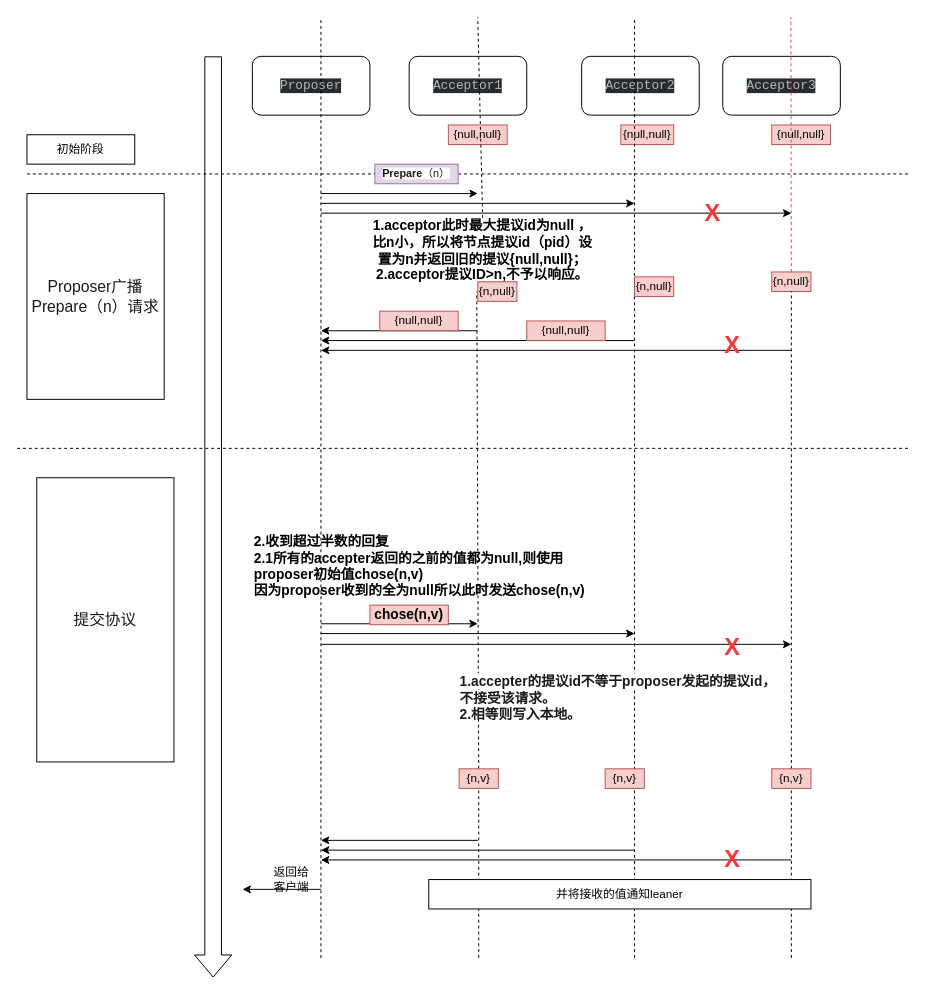
852438143/drawIo keeps this draw.io diagram as paxos案例一解析.drawio. Above is the earlier version. Source tidied: cells renumbered, new cells numbered last; positions are measured from the earlier drawing's top-left corner, leaving out a move shared by most shapes. Both pictures are drawn from the tidied source at 98%, with x=0, y=0 at pixel (17, 17).
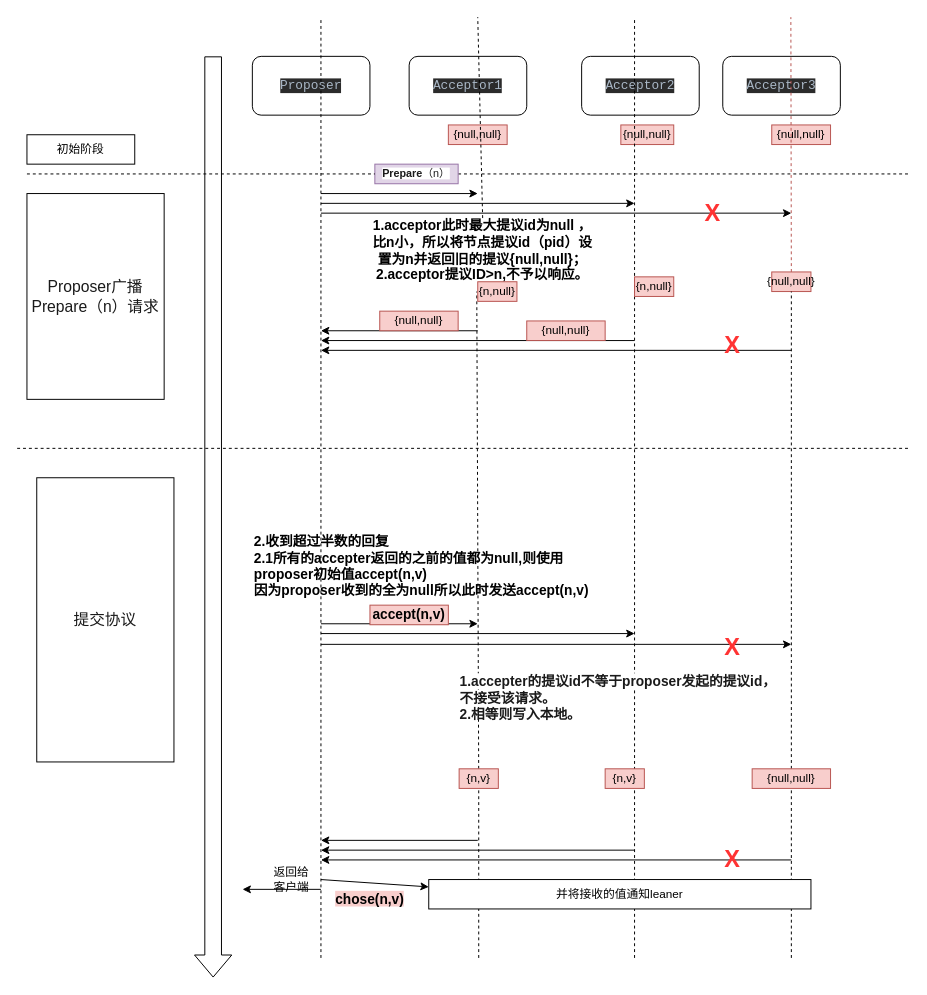
Above is the later version.

Commit message:
Update paxos案例一解析.drawio

The edit, as a diff of the source:
```diff
@@
-    <mxCell id="24" value="{n,null}" style="text;html=1;strokeColor=#b85450;fillColor=#f8cecc;align=center;verticalAlign=middle;whiteSpace=wrap;rounded=0;" parent="1" vertex="1">
+    <mxCell id="24" value="{null,null}" style="text;html=1;strokeColor=#b85450;fillColor=#f8cecc;align=center;verticalAlign=middle;whiteSpace=wrap;rounded=0;" parent="1" vertex="1">
       <mxGeometry x="770" y="260" width="40" height="20" as="geometry" />
     </mxCell>
@@
-    <mxCell id="35" value="&lt;b&gt;&lt;font style=&quot;font-size: 14px&quot;&gt;2.收到超过半数的回复&lt;/font&gt;&lt;/b&gt;&lt;br&gt;&lt;b&gt;&lt;font style=&quot;font-size: 14px&quot;&gt;&lt;div&gt;&lt;b style=&quot;font-size: 12px&quot;&gt;&lt;font style=&quot;font-size: 14px&quot;&gt;2.1所有的accepter返回的之前的值都为null,则使用proposer初始值chose(n,v)&lt;/font&gt;&lt;/b&gt;&lt;/div&gt;&lt;div&gt;因为proposer收到的全为null所以此时发送chose(n,v)&lt;/div&gt;&lt;/font&gt;&lt;/b&gt;" style="text;html=1;strokeColor=none;fillColor=none;align=left;verticalAlign=middle;whiteSpace=wrap;rounded=0;" parent="1" vertex="1">
+    <mxCell id="35" value="&lt;b&gt;&lt;font style=&quot;font-size: 14px&quot;&gt;2.收到超过半数的回复&lt;/font&gt;&lt;/b&gt;&lt;br&gt;&lt;b&gt;&lt;font style=&quot;font-size: 14px&quot;&gt;&lt;div&gt;&lt;b style=&quot;font-size: 12px&quot;&gt;&lt;font style=&quot;font-size: 14px&quot;&gt;2.1所有的accepter返回的之前的值都为null,则使用proposer初始值&lt;/font&gt;&lt;/b&gt;&lt;b style=&quot;font-size: 12px&quot;&gt;&lt;font style=&quot;font-size: 14px&quot;&gt;accept&lt;/font&gt;&lt;/b&gt;&lt;b style=&quot;font-size: 12px&quot;&gt;&lt;font style=&quot;font-size: 14px&quot;&gt;(n,v)&lt;/font&gt;&lt;/b&gt;&lt;/div&gt;&lt;div&gt;因为proposer收到的全为null所以此时发送&lt;b style=&quot;font-size: 12px&quot;&gt;&lt;font style=&quot;font-size: 14px&quot;&gt;accept&lt;/font&gt;&lt;/b&gt;(n,v)&lt;/div&gt;&lt;/font&gt;&lt;/b&gt;" style="text;html=1;strokeColor=none;fillColor=none;align=left;verticalAlign=middle;whiteSpace=wrap;rounded=0;" parent="1" vertex="1">
       <mxGeometry x="240" y="520" width="350" height="80" as="geometry" />
     </mxCell>
@@
-    <mxCell id="39" value="&lt;b style=&quot;text-align: left&quot;&gt;&lt;font style=&quot;font-size: 14px&quot;&gt;chose(n,v)&lt;/font&gt;&lt;/b&gt;" style="text;html=1;strokeColor=#b85450;fillColor=#f8cecc;align=center;verticalAlign=middle;whiteSpace=wrap;rounded=0;" parent="1" vertex="1">
+    <mxCell id="39" value="&lt;b style=&quot;text-align: left&quot;&gt;&lt;font style=&quot;font-size: 14px&quot;&gt;accept&lt;/font&gt;&lt;/b&gt;&lt;b style=&quot;text-align: left&quot;&gt;&lt;font style=&quot;font-size: 14px&quot;&gt;(n,v)&lt;/font&gt;&lt;/b&gt;" style="text;html=1;strokeColor=#b85450;fillColor=#f8cecc;align=center;verticalAlign=middle;whiteSpace=wrap;rounded=0;" parent="1" vertex="1">
       <mxGeometry x="360" y="600" width="80" height="20" as="geometry" />
     </mxCell>
@@
-    <mxCell id="44" value="{n,v}" style="text;html=1;strokeColor=#b85450;fillColor=#f8cecc;align=center;verticalAlign=middle;whiteSpace=wrap;rounded=0;" parent="1" vertex="1">
-      <mxGeometry x="770" y="767" width="40" height="20" as="geometry" />
+    <mxCell id="44" value="{null,null}" style="text;html=1;strokeColor=#b85450;fillColor=#f8cecc;align=center;verticalAlign=middle;whiteSpace=wrap;rounded=0;" parent="1" vertex="1">
+      <mxGeometry x="750" y="767" width="80" height="20" as="geometry" />
     </mxCell>
@@
+    <mxCell id="56" style="endArrow=classic;html=1;entryX=0;entryY=0.25;entryDx=0;entryDy=0;" parent="1" edge="1">
+      <mxGeometry relative="1" as="geometry">
+        <mxPoint x="310" y="880" as="sourcePoint" />
+        <mxPoint x="420" y="887.5" as="targetPoint" />
+      </mxGeometry>
+    </mxCell>
+    <mxCell id="57" value="&lt;font style=&quot;font-size: 14px&quot;&gt;&lt;b style=&quot;background-color: rgb(248 , 206 , 204)&quot;&gt;chose(n,v)&lt;/b&gt;&lt;/font&gt;" style="text;html=1;strokeColor=none;fillColor=none;align=center;verticalAlign=middle;whiteSpace=wrap;rounded=0;" parent="1" vertex="1">
+      <mxGeometry x="340" y="890" width="40" height="20" as="geometry" />
+    </mxCell>
```
